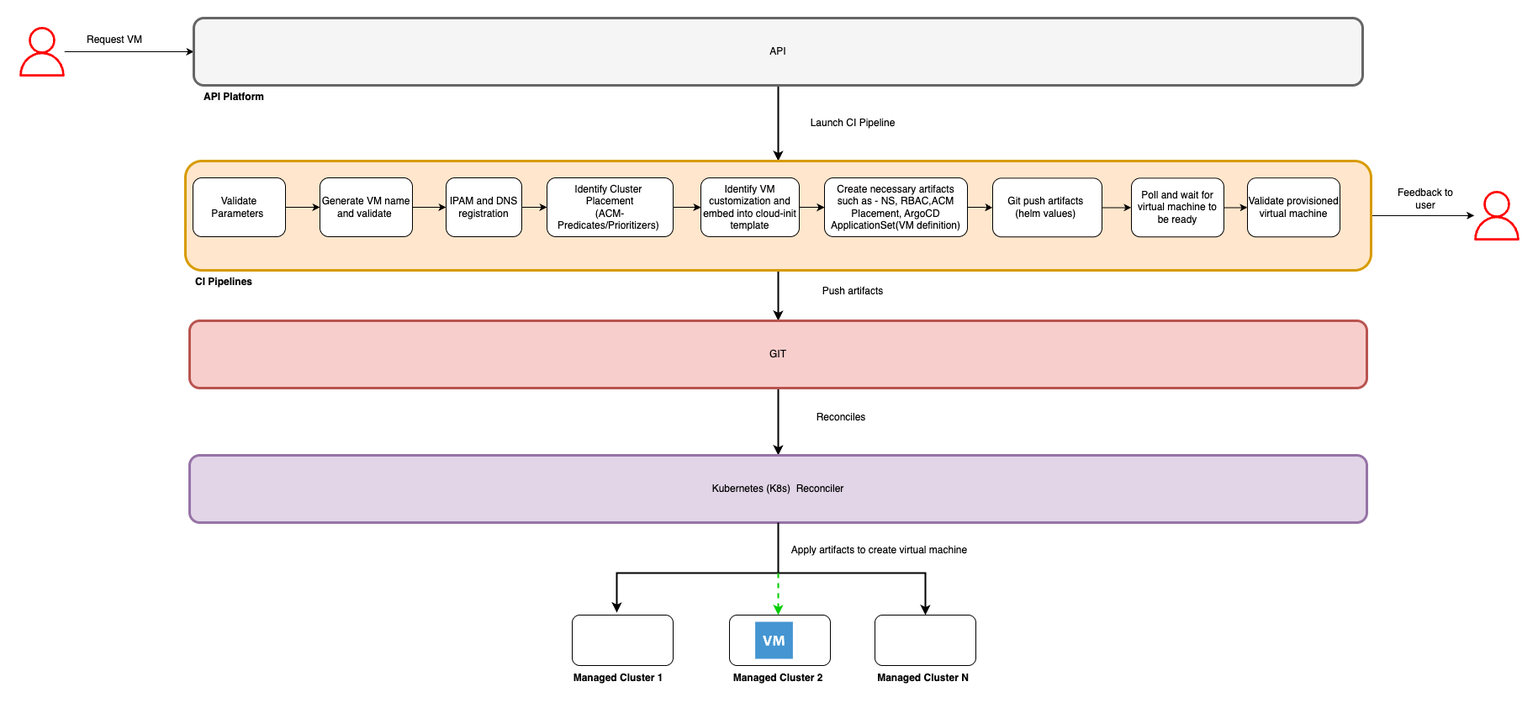
The draw.io diagram images/vm-provision-hld-flow-dev-hub-01.drawio.png in sumantripuraneni/openshift-virt-vm-automation, before a commit. Source tidied: cells renumbered, new cells last; positions are measured from the earlier drawing's top-left corner, leaving out a move shared by most shapes.
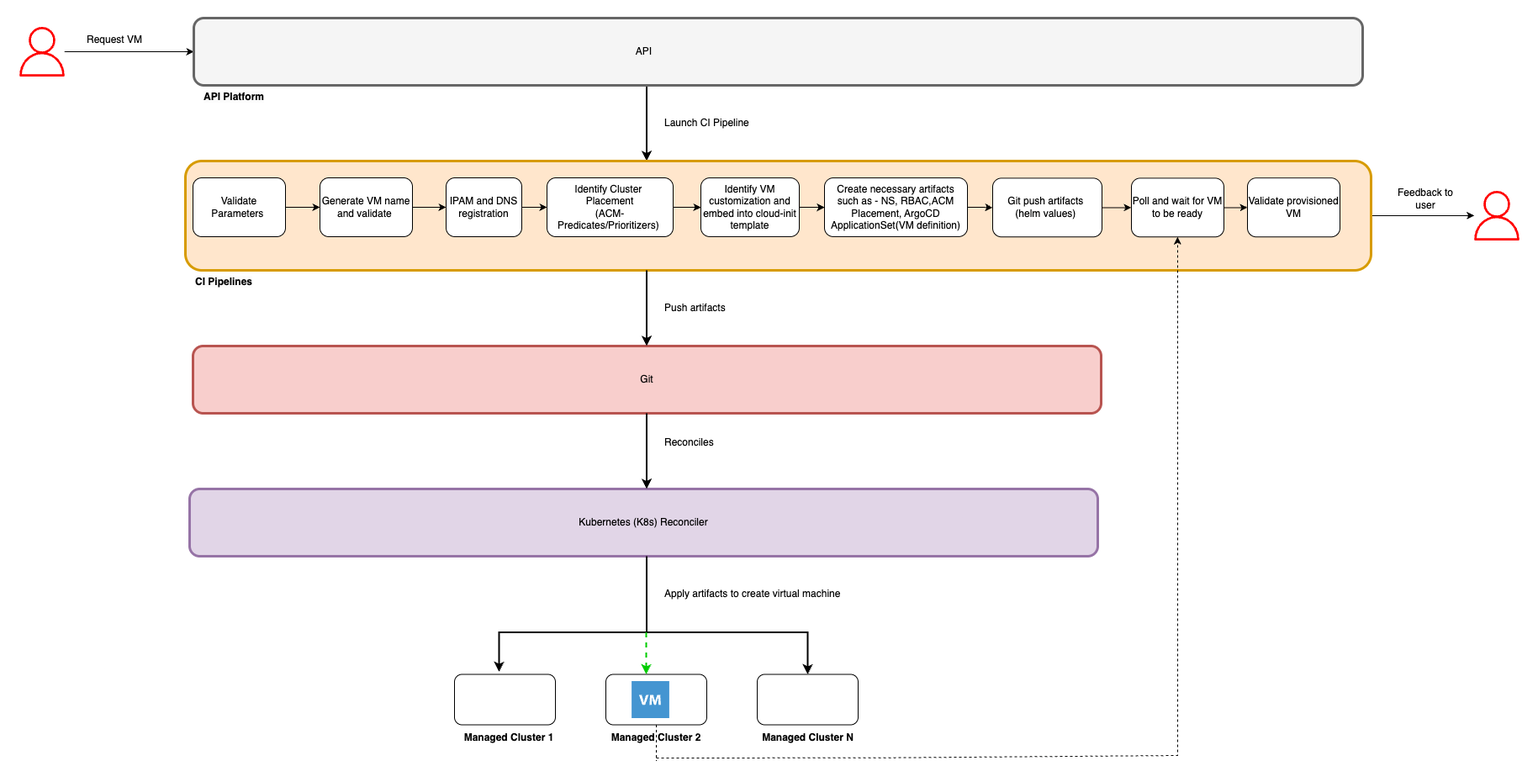
After the change.

Commit message:
provision flow

Change to the diagram source:
```diff
@@ -8,8 +8,11 @@
     <mxCell id="3" style="sketch=0;outlineConnect=0;fontColor=#232F3E;gradientColor=none;fillColor=#FF0000;strokeColor=none;dashed=0;verticalLabelPosition=bottom;verticalAlign=top;align=center;html=1;fontSize=12;fontStyle=0;shape=mxgraph.aws4.user;" parent="1" vertex="1">
       <mxGeometry y="10.5" width="59" height="59" as="geometry" />
     </mxCell>
-    <mxCell id="4" style="edgeStyle=orthogonalEdgeStyle;rounded=0;jettySize=auto;html=1;entryX=0.5;entryY=0;entryDx=0;entryDy=0;strokeWidth=2;" parent="1" edge="1" source="5" target="9">
-      <mxGeometry relative="1" as="geometry" />
+    <mxCell id="4" style="edgeStyle=orthogonalEdgeStyle;rounded=0;orthogonalLoop=1;jettySize=auto;html=1;entryX=0.5;entryY=0;entryDx=0;entryDy=0;strokeWidth=2;" parent="1" edge="1">
+      <mxGeometry relative="1" as="geometry">
+        <mxPoint x="748.5" y="80" as="sourcePoint" />
+        <mxPoint x="748.5" y="170" as="targetPoint" />
+      </mxGeometry>
     </mxCell>
     <mxCell id="5" style="rounded=1;whiteSpace=wrap;html=1;strokeWidth=3;strokeColor=#666666;fillColor=#f5f5f5;fontColor=#333333;" parent="1" vertex="1">
       <mxGeometry x="210" width="1390" height="80" as="geometry" />
@@ -17,14 +20,6 @@
     <mxCell id="6" value="&lt;span style=&quot;color: rgb(0, 0, 0); font-family: Helvetica; font-size: 12px; font-style: normal; font-variant-ligatures: normal; font-variant-caps: normal; letter-spacing: normal; orphans: 2; text-align: center; text-indent: 0px; text-transform: none; widows: 2; word-spacing: 0px; -webkit-text-stroke-width: 0px; white-space: normal; background-color: rgb(251, 251, 251); text-decoration-thickness: initial; text-decoration-style: initial; text-decoration-color: initial; float: none; display: inline !important;&quot;&gt;&lt;b&gt;API Platform&lt;/b&gt;&lt;/span&gt;" style="text;whiteSpace=wrap;html=1;" parent="1" vertex="1">
       <mxGeometry x="220" y="80" width="170" height="30" as="geometry" />
     </mxCell>
-    <mxCell id="7" style="edgeStyle=orthogonalEdgeStyle;rounded=0;jettySize=auto;html=1;entryX=0.5;entryY=0;entryDx=0;entryDy=0;strokeWidth=2;" parent="1" edge="1" source="9" target="30">
-      <mxGeometry relative="1" as="geometry">
-        <Array as="points">
-          <mxPoint x="905" y="330" />
-          <mxPoint x="905" y="330" />
-        </Array>
-      </mxGeometry>
-    </mxCell>
     <mxCell id="8" style="edgeStyle=orthogonalEdgeStyle;rounded=0;jettySize=auto;html=1;" parent="1" edge="1" source="9" target="49">
       <mxGeometry relative="1" as="geometry" />
     </mxCell>
@@ -70,75 +65,67 @@
     <mxCell id="22" value="Git push artifacts&amp;nbsp;&lt;div&gt;(helm values)&amp;nbsp;&lt;/div&gt;" style="rounded=1;whiteSpace=wrap;html=1;" parent="1" vertex="1">
       <mxGeometry x="1160" y="190.4" width="130" height="69.9" as="geometry" />
     </mxCell>
-    <mxCell id="23" value="Launch CI Pipeline" style="text;html=1;align=center;verticalAlign=middle;whiteSpace=wrap;rounded=0;" parent="1" vertex="1">
-      <mxGeometry x="904" y="110" width="180" height="30" as="geometry" />
+    <mxCell id="23" value="Launch CI Pipeline" style="text;html=1;align=left;verticalAlign=middle;whiteSpace=wrap;rounded=0;" parent="1" vertex="1">
+      <mxGeometry x="767.5" y="110" width="180" height="30" as="geometry" />
     </mxCell>
     <mxCell id="24" style="edgeStyle=orthogonalEdgeStyle;rounded=0;jettySize=auto;html=1;" parent="1" edge="1" source="25" target="26">
       <mxGeometry relative="1" as="geometry" />
     </mxCell>
-    <mxCell id="25" value="Poll and wait for virtual machine to be ready" style="rounded=1;whiteSpace=wrap;html=1;" parent="1" vertex="1">
+    <mxCell id="25" value="Poll and wait for VM to be ready" style="rounded=1;whiteSpace=wrap;html=1;" parent="1" vertex="1">
       <mxGeometry x="1325" y="190.4" width="110" height="69.9" as="geometry" />
     </mxCell>
-    <mxCell id="26" value="Validate provisioned virtual machine" style="rounded=1;whiteSpace=wrap;html=1;" parent="1" vertex="1">
+    <mxCell id="26" value="Validate provisioned VM" style="rounded=1;whiteSpace=wrap;html=1;" parent="1" vertex="1">
       <mxGeometry x="1463" y="190.1" width="110" height="70.1" as="geometry" />
     </mxCell>
-    <mxCell id="27" value="API" style="text;html=1;align=center;verticalAlign=middle;whiteSpace=wrap;rounded=0;" parent="1" vertex="1">
-      <mxGeometry x="715" y="25" width="380" height="30" as="geometry" />
-    </mxCell>
     <mxCell id="28" value="&lt;span style=&quot;color: rgb(0, 0, 0); font-family: Helvetica; font-size: 12px; font-style: normal; font-variant-ligatures: normal; font-variant-caps: normal; letter-spacing: normal; orphans: 2; text-align: center; text-indent: 0px; text-transform: none; widows: 2; word-spacing: 0px; -webkit-text-stroke-width: 0px; white-space: normal; background-color: rgb(251, 251, 251); text-decoration-thickness: initial; text-decoration-style: initial; text-decoration-color: initial; float: none; display: inline !important;&quot;&gt;&lt;b&gt;CI Pipelines&lt;/b&gt;&lt;/span&gt;" style="text;whiteSpace=wrap;html=1;" parent="1" vertex="1">
       <mxGeometry x="210" y="300" width="170" height="30" as="geometry" />
     </mxCell>
-    <mxCell id="29" style="edgeStyle=orthogonalEdgeStyle;rounded=0;jettySize=auto;html=1;strokeWidth=2;" parent="1" edge="1" source="30" target="32">
-      <mxGeometry relative="1" as="geometry" />
-    </mxCell>
-    <mxCell id="30" style="rounded=1;whiteSpace=wrap;html=1;strokeWidth=3;strokeColor=#b85450;fillColor=#f8cecc;" parent="1" vertex="1">
-      <mxGeometry x="205" y="360" width="1400" height="80" as="geometry" />
+    <mxCell id="30" value="Git" style="rounded=1;whiteSpace=wrap;html=1;strokeWidth=3;strokeColor=#b85450;fillColor=#f8cecc;" parent="1" vertex="1">
+      <mxGeometry x="209" y="390" width="1080" height="80" as="geometry" />
     </mxCell>
-    <mxCell id="31" value="GIT" style="text;html=1;align=center;verticalAlign=middle;whiteSpace=wrap;rounded=0;" parent="1" vertex="1">
-      <mxGeometry x="715" y="385" width="380" height="30" as="geometry" />
-    </mxCell>
-    <mxCell id="32" value="Kubernetes (K8s)&amp;nbsp; Reconciler" style="rounded=1;whiteSpace=wrap;html=1;strokeWidth=3;strokeColor=#9673a6;fillColor=#e1d5e7;" parent="1" vertex="1">
-      <mxGeometry x="205" y="520" width="1400" height="80" as="geometry" />
+    <mxCell id="32" value="Kubernetes (K8s) Reconciler" style="rounded=1;whiteSpace=wrap;html=1;strokeWidth=3;strokeColor=#9673a6;fillColor=#e1d5e7;" parent="1" vertex="1">
+      <mxGeometry x="205" y="560" width="1080" height="80" as="geometry" />
     </mxCell>
     <mxCell id="33" style="rounded=1;whiteSpace=wrap;html=1;" parent="1" vertex="1">
-      <mxGeometry x="660" y="710" width="120" height="60" as="geometry" />
+      <mxGeometry x="520" y="780.5" width="120" height="60" as="geometry" />
     </mxCell>
     <mxCell id="34" style="rounded=1;whiteSpace=wrap;html=1;" parent="1" vertex="1">
-      <mxGeometry x="847" y="710" width="120" height="60" as="geometry" />
+      <mxGeometry x="700" y="780.5" width="120" height="60" as="geometry" />
     </mxCell>
     <mxCell id="35" style="rounded=1;whiteSpace=wrap;html=1;" parent="1" vertex="1">
-      <mxGeometry x="1020" y="710" width="120" height="60" as="geometry" />
+      <mxGeometry x="880" y="780.5" width="120" height="60" as="geometry" />
     </mxCell>
     <mxCell id="36" value="&lt;b&gt;Managed Cluster 1&lt;/b&gt;" style="text;html=1;align=center;verticalAlign=middle;whiteSpace=wrap;rounded=0;" parent="1" vertex="1">
-      <mxGeometry x="660" y="770" width="110" height="30" as="geometry" />
+      <mxGeometry x="530" y="840.5" width="110" height="30" as="geometry" />
     </mxCell>
-    <mxCell id="37" value="&lt;b&gt;Managed Cluster 2&lt;/b&gt;" style="text;html=1;align=center;verticalAlign=middle;whiteSpace=wrap;rounded=0;" parent="1" vertex="1">
-      <mxGeometry x="850" y="770" width="110" height="30" as="geometry" />
+    <mxCell id="37" value="&lt;b&gt;Managed Cluster 2&lt;/b&gt;" style="text;html=1;align=center;verticalAlign=middle;whiteSpace=wrap;rounded=0;dashed=1;" parent="1" vertex="1">
+      <mxGeometry x="705" y="840.5" width="110" height="30" as="geometry" />
     </mxCell>
     <mxCell id="38" value="&lt;b&gt;Managed Cluster N&lt;/b&gt;" style="text;html=1;align=center;verticalAlign=middle;whiteSpace=wrap;rounded=0;" parent="1" vertex="1">
-      <mxGeometry x="1020" y="770" width="115" height="30" as="geometry" />
+      <mxGeometry x="882.5" y="840.5" width="115" height="30" as="geometry" />
     </mxCell>
     <mxCell id="39" style="endArrow=classic;html=1;rounded=0;entryX=0.5;entryY=0;entryDx=0;entryDy=0;strokeWidth=2;" parent="1" edge="1" target="35">
       <mxGeometry relative="1" as="geometry">
-        <mxPoint x="900" y="660" as="sourcePoint" />
+        <mxPoint x="760" y="730.5" as="sourcePoint" />
         <Array as="points">
-          <mxPoint x="1080" y="660" />
+          <mxPoint x="940" y="730.5" />
         </Array>
       </mxGeometry>
     </mxCell>
-    <mxCell id="40" style="endArrow=classic;html=1;rounded=0;entryX=0.442;entryY=-0.05;entryDx=0;entryDy=0;entryPerimeter=0;strokeWidth=2;" parent="1" edge="1" target="33">
+    <mxCell id="40" style="endArrow=classic;html=1;rounded=0;entryX=0.442;entryY=-0.05;entryDx=0;entryDy=0;entryPerimeter=0;strokeWidth=2;" parent="1" edge="1">
       <mxGeometry relative="1" as="geometry">
-        <mxPoint x="900" y="660" as="sourcePoint" />
+        <mxPoint x="760" y="730.5" as="sourcePoint" />
+        <mxPoint x="573" y="777.5" as="targetPoint" />
         <Array as="points">
-          <mxPoint x="713" y="660" />
+          <mxPoint x="573" y="730.5" />
         </Array>
       </mxGeometry>
     </mxCell>
-    <mxCell id="41" value="Push artifacts" style="text;html=1;align=center;verticalAlign=middle;whiteSpace=wrap;rounded=0;" parent="1" vertex="1">
-      <mxGeometry x="904" y="310" width="180" height="30" as="geometry" />
+    <mxCell id="41" value="Push artifacts" style="text;html=1;align=left;verticalAlign=middle;whiteSpace=wrap;rounded=0;" parent="1" vertex="1">
+      <mxGeometry x="767.5" y="330" width="180" height="30" as="geometry" />
     </mxCell>
     <mxCell id="42" style="shadow=0;dashed=0;html=1;strokeColor=none;fillColor=#4495D1;labelPosition=center;verticalLabelPosition=bottom;verticalAlign=top;align=center;shape=mxgraph.veeam.2d.virtual_machine;" parent="1" vertex="1">
-      <mxGeometry x="877.6" y="718" width="44.8" height="44" as="geometry" />
+      <mxGeometry x="730.6" y="788.5" width="44.8" height="44" as="geometry" />
     </mxCell>
     <mxCell id="43" style="edgeStyle=orthogonalEdgeStyle;rounded=0;jettySize=auto;html=1;" parent="1" edge="1" source="44" target="18">
       <mxGeometry relative="1" as="geometry" />
@@ -146,22 +133,17 @@
     <mxCell id="44" value="Identify VM customization and embed into cloud-init template" style="rounded=1;whiteSpace=wrap;html=1;" parent="1" vertex="1">
       <mxGeometry x="813" y="190.1" width="117" height="69.9" as="geometry" />
     </mxCell>
-    <mxCell id="45" style="endArrow=none;html=1;rounded=0;exitX=0.5;exitY=1;exitDx=0;exitDy=0;strokeWidth=2;" parent="1" edge="1" source="32">
-      <mxGeometry relative="1" as="geometry">
-        <mxPoint x="905" y="660" as="targetPoint" />
-      </mxGeometry>
-    </mxCell>
     <mxCell id="46" style="endArrow=classic;html=1;rounded=0;entryX=0.5;entryY=0;entryDx=0;entryDy=0;dashed=1;strokeColor=#00CC00;strokeWidth=2;" parent="1" edge="1">
       <mxGeometry relative="1" as="geometry">
-        <mxPoint x="905" y="660" as="sourcePoint" />
-        <mxPoint x="905" y="710" as="targetPoint" />
+        <mxPoint x="748" y="730.5" as="sourcePoint" />
+        <mxPoint x="748" y="780.5" as="targetPoint" />
       </mxGeometry>
     </mxCell>
-    <mxCell id="47" value="Reconciles" style="text;html=1;align=center;verticalAlign=middle;whiteSpace=wrap;rounded=0;" parent="1" vertex="1">
-      <mxGeometry x="890" y="460" width="180" height="30" as="geometry" />
+    <mxCell id="47" value="Reconciles" style="text;html=1;align=left;verticalAlign=middle;whiteSpace=wrap;rounded=0;" parent="1" vertex="1">
+      <mxGeometry x="767.5" y="490" width="180" height="30" as="geometry" />
     </mxCell>
-    <mxCell id="48" value="Apply artifacts to create virtual machine" style="text;html=1;align=center;verticalAlign=middle;strokeColor=none;fillColor=none;" parent="1" vertex="1">
-      <mxGeometry x="910" y="618" width="230" height="30" as="geometry" />
+    <mxCell id="48" value="Apply artifacts to create virtual machine" style="text;html=1;align=left;verticalAlign=middle;strokeColor=none;fillColor=none;" parent="1" vertex="1">
+      <mxGeometry x="767.5" y="670" width="230" height="30" as="geometry" />
     </mxCell>
     <mxCell id="49" style="sketch=0;outlineConnect=0;fontColor=#232F3E;gradientColor=none;fillColor=#FF0000;strokeColor=none;dashed=0;verticalLabelPosition=bottom;verticalAlign=top;align=center;html=1;fontSize=12;fontStyle=0;shape=mxgraph.aws4.user;" parent="1" vertex="1">
       <mxGeometry x="1730" y="205.5" width="59" height="59" as="geometry" />
@@ -169,5 +151,40 @@
     <mxCell id="50" value="Feedback to user" style="text;html=1;align=center;verticalAlign=middle;whiteSpace=wrap;rounded=0;" parent="1" vertex="1">
       <mxGeometry x="1640" y="200" width="70" height="30" as="geometry" />
     </mxCell>
+    <mxCell id="51" style="edgeStyle=orthogonalEdgeStyle;rounded=0;orthogonalLoop=1;jettySize=auto;html=1;entryX=0.5;entryY=0;entryDx=0;entryDy=0;strokeWidth=2;" parent="1" edge="1">
+      <mxGeometry relative="1" as="geometry">
+        <mxPoint x="748.5" y="300" as="sourcePoint" />
+        <mxPoint x="748.5" y="390" as="targetPoint" />
+      </mxGeometry>
+    </mxCell>
+    <mxCell id="52" style="edgeStyle=orthogonalEdgeStyle;rounded=0;orthogonalLoop=1;jettySize=auto;html=1;entryX=0.5;entryY=0;entryDx=0;entryDy=0;strokeWidth=2;" parent="1" edge="1">
+      <mxGeometry relative="1" as="geometry">
+        <mxPoint x="748.5" y="470" as="sourcePoint" />
+        <mxPoint x="748.5" y="560" as="targetPoint" />
+      </mxGeometry>
+    </mxCell>
+    <mxCell id="53" style="endArrow=classic;html=1;rounded=0;entryX=0.5;entryY=1;entryDx=0;entryDy=0;dashed=1;" parent="1" edge="1" target="25">
+      <mxGeometry relative="1" as="geometry">
+        <mxPoint x="760" y="880" as="sourcePoint" />
+        <Array as="points">
+          <mxPoint x="1030" y="879.7" />
+          <mxPoint x="1380" y="877" />
+        </Array>
+      </mxGeometry>
+    </mxCell>
+    <mxCell id="54" style="endArrow=none;html=1;rounded=0;exitX=0.5;exitY=0;exitDx=0;exitDy=0;dashed=1;" parent="1" edge="1" source="37">
+      <mxGeometry relative="1" as="geometry">
+        <mxPoint x="760" y="883.5" as="targetPoint" />
+      </mxGeometry>
+    </mxCell>
+    <mxCell id="55" style="edgeStyle=orthogonalEdgeStyle;rounded=0;orthogonalLoop=1;jettySize=auto;html=1;entryX=0.5;entryY=0;entryDx=0;entryDy=0;strokeWidth=2;endArrow=none;startFill=0;" parent="1" edge="1">
+      <mxGeometry relative="1" as="geometry">
+        <mxPoint x="748.5" y="640" as="sourcePoint" />
+        <mxPoint x="748.5" y="730" as="targetPoint" />
+      </mxGeometry>
+    </mxCell>
+    <mxCell id="27" value="API&amp;nbsp;" style="text;html=1;align=center;verticalAlign=middle;whiteSpace=wrap;rounded=0;" parent="1" vertex="1">
+      <mxGeometry x="717.4" y="25" width="60" height="30" as="geometry" />
+    </mxCell>
   </root>
 </mxGraphModel>
```
